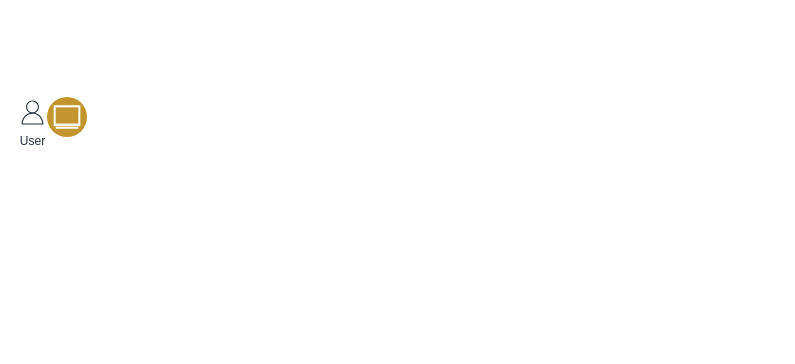
This is Azure/Untitled Diagram.drawio from yiben-zhengjing/CloudStudy, a draw.io file, before an edit. Source tidied: cells renumbered, new cells numbered last; positions are measured from the earlier drawing's top-left corner, leaving out a move shared by most shapes. Both pictures are drawn from the tidied source at 100%, with x=0, y=0 at pixel (17, 97). Pictures stored in the file or linked from it are replaced by grey dashed boxes.
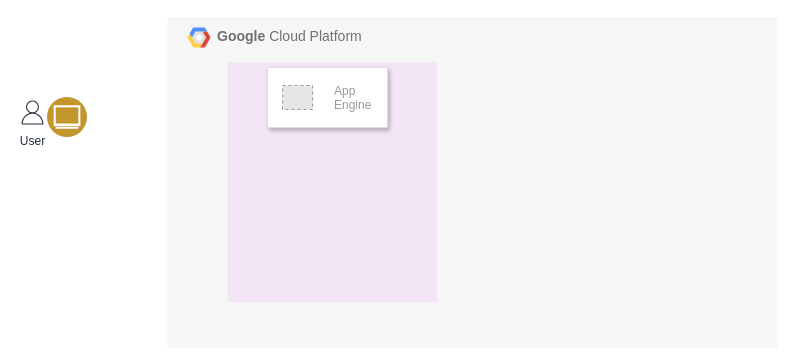
Above is the later version.

Change to the diagram source:
```diff
@@
 <mxGraphModel>
   <root>
     <mxCell id="0" />
     <mxCell id="1" parent="0" />
     <mxCell id="2" value="User" style="sketch=0;fontColor=#232F3E;gradientColor=none;strokeColor=#232F3E;fillColor=#ffffff;dashed=0;verticalLabelPosition=bottom;verticalAlign=top;align=center;html=1;fontSize=12;fontStyle=0;shape=mxgraph.aws4.resourceIcon;resIcon=mxgraph.aws4.user;" parent="1" vertex="1">
       <mxGeometry width="30" height="30" as="geometry" />
     </mxCell>
     <mxCell id="3" style="perimeter=ellipsePerimeter;html=1;align=center;shadow=0;dashed=0;fontColor=#4277BB;labelBackgroundColor=#ffffff;fontSize=12;spacingTop=3;image;image=img/lib/ibm/users/browser.svg;imageBackground=default;" parent="1" vertex="1">
       <mxGeometry x="30" width="40" height="40" as="geometry" />
     </mxCell>
+    <mxCell id="4" value="&lt;b&gt;Google &lt;/b&gt;Cloud Platform" style="fillColor=#F6F6F6;strokeColor=none;shadow=0;gradientColor=none;fontSize=14;align=left;spacing=10;fontColor=#717171;9E9E9E;verticalAlign=top;spacingTop=-4;fontStyle=0;spacingLeft=40;html=1;" parent="1" vertex="1">
+      <mxGeometry x="150" y="-80" width="610" height="330" as="geometry" />
+    </mxCell>
+    <mxCell id="5" style="shape=mxgraph.gcp2.google_cloud_platform;fillColor=#F6F6F6;strokeColor=none;shadow=0;gradientColor=none;" parent="4" vertex="1">
+      <mxGeometry width="23" height="20" relative="1" as="geometry">
+        <mxPoint x="20" y="10" as="offset" />
+      </mxGeometry>
+    </mxCell>
+    <mxCell id="6" style="sketch=0;rounded=1;absoluteArcSize=1;arcSize=2;html=1;strokeColor=none;gradientColor=none;shadow=0;dashed=0;fontSize=12;fontColor=#9E9E9E;align=left;verticalAlign=top;spacing=10;spacingTop=-4;fillColor=#F3E5F5;" parent="4" vertex="1">
+      <mxGeometry x="60" y="45" width="210" height="240" as="geometry" />
+    </mxCell>
+    <mxCell id="7" style="strokeColor=#dddddd;shadow=1;strokeWidth=1;rounded=1;absoluteArcSize=1;arcSize=2;" parent="4" vertex="1">
+      <mxGeometry x="100" y="50" width="120" height="60" as="geometry" />
+    </mxCell>
+    <mxCell id="8" value="App&#10;Engine" style="fillColor=#E6E6E6;strokeColor=#999999;dashed=1;fontColor=#999999;verticalLabelPosition=middle;labelBackgroundColor=#ffffff;verticalAlign=middle;labelPosition=right;align=left;spacingLeft=20;" parent="7" vertex="1">
+      <mxGeometry width="30" height="24" relative="1" as="geometry">
+        <mxPoint x="15" y="18" as="offset" />
+      </mxGeometry>
+    </mxCell>
   </root>
 </mxGraphModel>
```
